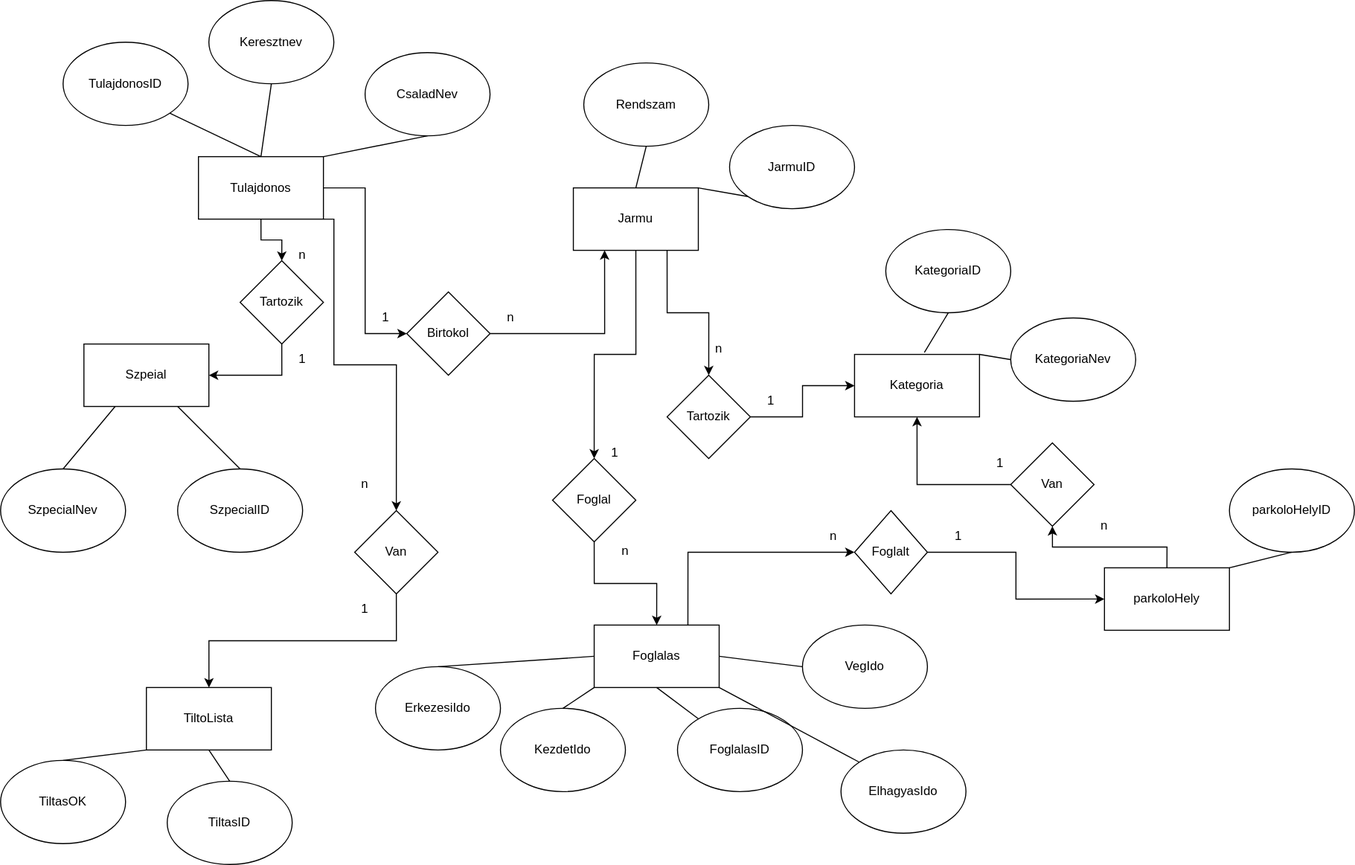
This is EK-DIAGRAM.svg from shepherdmike03/Parkolohely-menedzsment, a draw.io export, as it was before one commit. Source tidied: cells renumbered, new cells last; positions are measured from the earlier drawing's top-left corner, leaving out a move shared by most shapes.
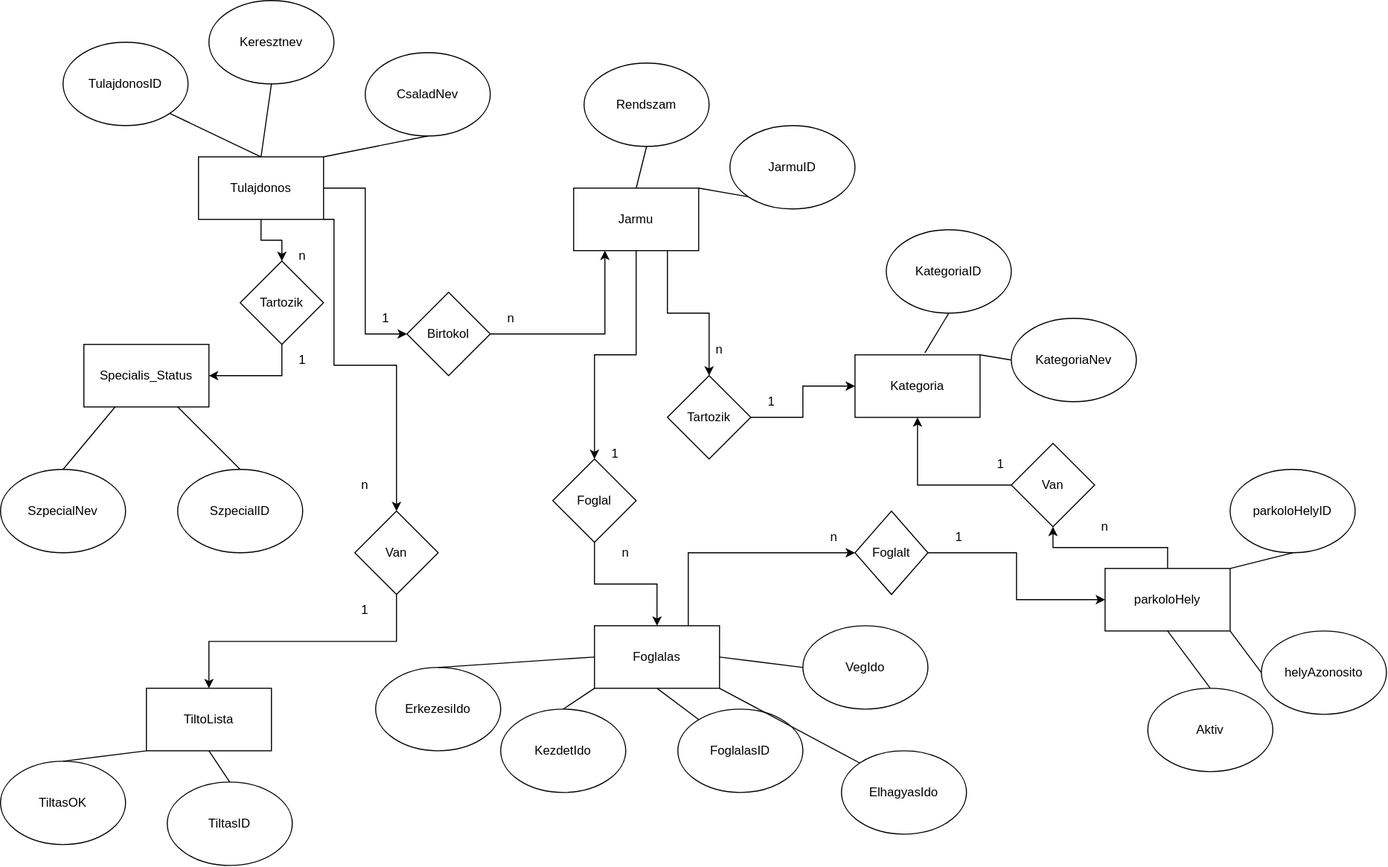
The same file after the commit.

What changed in the source:
```diff
@@ -38,7 +38,7 @@
     <mxCell id="11" style="endArrow=none;html=1;rounded=0;entryX=0.5;entryY=0;entryDx=0;entryDy=0;exitX=1;exitY=1;exitDx=0;exitDy=0;" parent="1" edge="1" source="6" target="5">
       <mxGeometry relative="1" as="geometry" />
     </mxCell>
-    <mxCell id="12" value="Szpeial" style="rounded=0;whiteSpace=wrap;html=1;" parent="1" vertex="1">
+    <mxCell id="12" value="Specialis_Status" style="rounded=0;whiteSpace=wrap;html=1;" parent="1" vertex="1">
       <mxGeometry x="80" y="330" width="120" height="60" as="geometry" />
     </mxCell>
     <mxCell id="13" value="SzpecialNev" style="ellipse;whiteSpace=wrap;html=1;" parent="1" vertex="1">
@@ -236,5 +236,17 @@
     <mxCell id="77" style="endArrow=none;html=1;rounded=0;entryX=0;entryY=0;entryDx=0;entryDy=0;exitX=1;exitY=1;exitDx=0;exitDy=0;" parent="1" edge="1" source="42" target="76">
       <mxGeometry relative="1" as="geometry" />
     </mxCell>
+    <mxCell id="78" value="helyAzonosito" style="ellipse;whiteSpace=wrap;html=1;" parent="1" vertex="1">
+      <mxGeometry x="1210" y="605" width="120" height="80" as="geometry" />
+    </mxCell>
+    <mxCell id="79" style="endArrow=none;html=1;rounded=0;entryX=0;entryY=0.5;entryDx=0;entryDy=0;exitX=1;exitY=1;exitDx=0;exitDy=0;" parent="1" edge="1" source="65" target="78">
+      <mxGeometry relative="1" as="geometry" />
+    </mxCell>
+    <mxCell id="80" value="Aktiv" style="ellipse;whiteSpace=wrap;html=1;" parent="1" vertex="1">
+      <mxGeometry x="1101" y="660" width="120" height="80" as="geometry" />
+    </mxCell>
+    <mxCell id="81" style="endArrow=none;html=1;rounded=0;entryX=0.5;entryY=0;entryDx=0;entryDy=0;exitX=0.5;exitY=1;exitDx=0;exitDy=0;" parent="1" edge="1" source="65" target="80">
+      <mxGeometry relative="1" as="geometry" />
+    </mxCell>
   </root>
 </mxGraphModel>
```
